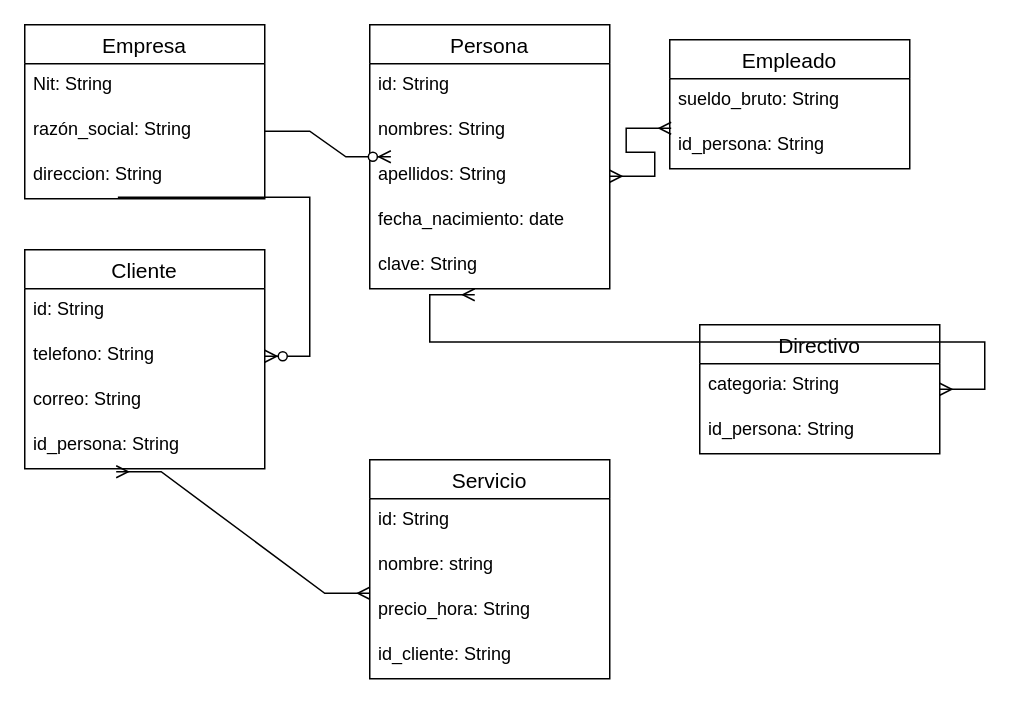
Earlier version of the draw.io diagram Documentos base/uml entidad relacion.drawio (juanchofor/Gestion_Pedidos_G14-ASH). Source tidied: cells renumbered, new cells numbered last; positions are measured from the earlier drawing's top-left corner, leaving out a move shared by most shapes. Both pictures are drawn from the tidied source at 150%, with x=0, y=0 at pixel (24, 24).
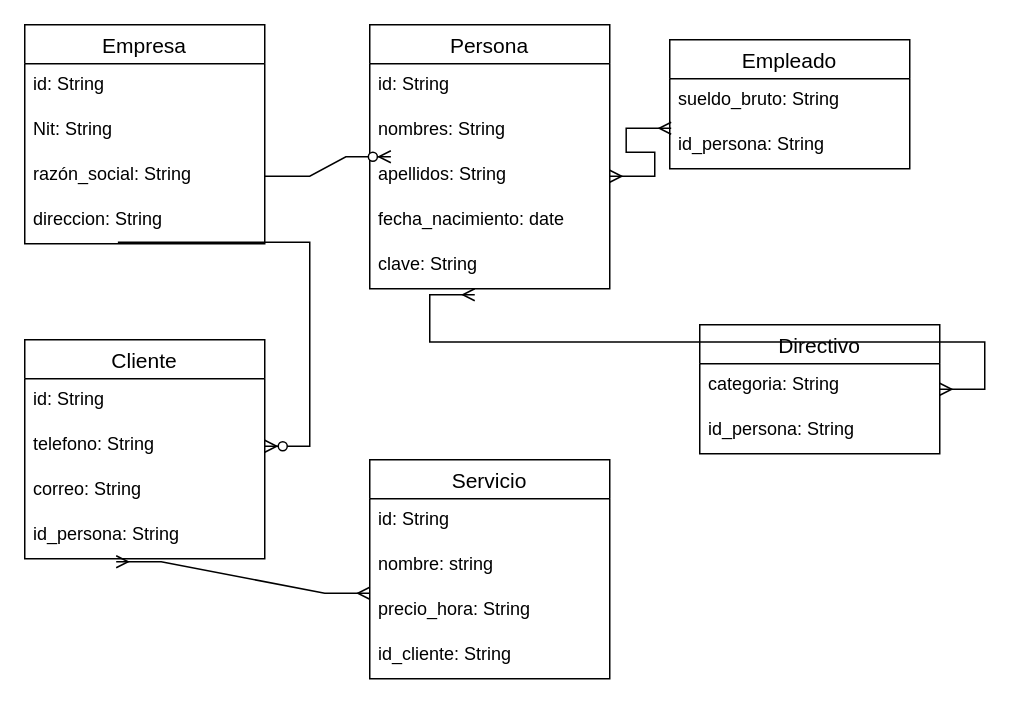
The same page after the edit.

Change to the diagram source:
```diff
@@
     <mxCell id="2" value="Empresa" style="swimlane;fontStyle=0;horizontal=1;startSize=26;align=center;fontSize=14;" parent="1" vertex="1">
-      <mxGeometry width="160" height="116" as="geometry" />
+      <mxGeometry width="160" height="146" as="geometry" />
     </mxCell>
-    <mxCell id="3" value="Nit: String" style="text;strokeColor=none;fillColor=none;spacingLeft=4;spacingRight=4;overflow=hidden;fontSize=12;" parent="2" vertex="1">
+    <mxCell id="3" value="id: String" style="text;strokeColor=none;fillColor=none;spacingLeft=4;spacingRight=4;overflow=hidden;fontSize=12;" parent="2" vertex="1">
       <mxGeometry y="26" width="160" height="30" as="geometry" />
     </mxCell>
+    <mxCell id="33" value="Nit: String" style="text;strokeColor=none;fillColor=none;spacingLeft=4;spacingRight=4;overflow=hidden;fontSize=12;" parent="2" vertex="1">
+      <mxGeometry y="56" width="160" height="30" as="geometry" />
+    </mxCell>
     <mxCell id="4" value="razón_social: String" style="text;strokeColor=none;fillColor=none;spacingLeft=4;spacingRight=4;overflow=hidden;points=[[0,0.5],[1,0.5]];portConstraint=eastwest;fontSize=12;" parent="2" vertex="1">
-      <mxGeometry y="56" width="160" height="30" as="geometry" />
+      <mxGeometry y="86" width="160" height="30" as="geometry" />
     </mxCell>
     <mxCell id="5" value="direccion: String" style="text;strokeColor=none;fillColor=none;spacingLeft=4;spacingRight=4;overflow=hidden;points=[[0,0.5],[1,0.5]];portConstraint=eastwest;fontSize=12;" parent="2" vertex="1">
-      <mxGeometry y="86" width="160" height="30" as="geometry" />
+      <mxGeometry y="116" width="160" height="30" as="geometry" />
     </mxCell>
@@
     <mxCell id="15" value="Cliente" style="swimlane;fontStyle=0;horizontal=1;startSize=26;align=center;fontSize=14;" parent="1" vertex="1">
-      <mxGeometry y="150" width="160" height="146" as="geometry" />
+      <mxGeometry y="210" width="160" height="146" as="geometry" />
     </mxCell>
```
